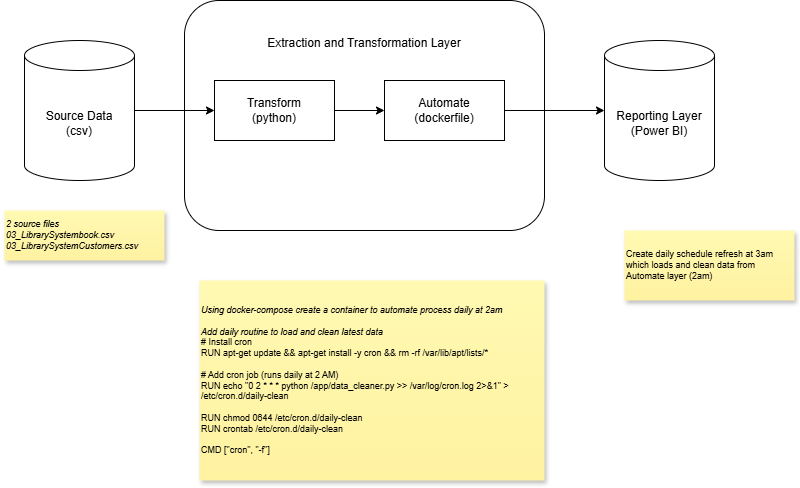
Before: Day 4/Library.drawio.png, a diagram exported from draw.io (paulrot26/Module-5---Product-Development). Source tidied: cells renumbered, new cells last; positions are measured from the earlier drawing's top-left corner, leaving out a move shared by most shapes.
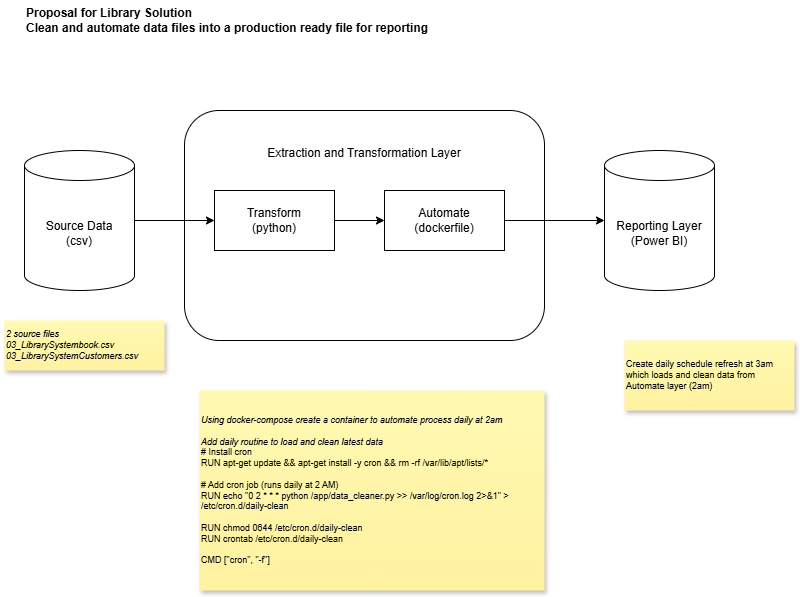
After the change.

What changed in the source:
```diff
@@ -35,5 +35,8 @@
     <mxCell id="12" value="&lt;i&gt;2 source files&lt;br&gt;03_LibrarySystembook.csv&lt;br&gt;03_LibrarySystemCustomers.csv&lt;/i&gt;" style="shape=note;whiteSpace=wrap;html=1;backgroundOutline=1;autosizeText=1;fontColor=#000000;darkOpacity=0.05;fillColor=#FFF9B2;strokeColor=none;fillStyle=solid;fontSize=9;direction=west;gradientDirection=north;gradientColor=#FFF2A1;shadow=1;size=0;align=left;" parent="1" vertex="1">
       <mxGeometry y="210" width="160" height="50" as="geometry" />
     </mxCell>
+    <mxCell id="13" value="&lt;b&gt;Proposal for Library Solution&lt;br&gt;Clean and automate data files into a production ready file for reporting&lt;/b&gt;" style="text;html=1;whiteSpace=wrap;strokeColor=none;fillColor=none;align=left;verticalAlign=middle;rounded=0;" parent="1" vertex="1">
+      <mxGeometry x="20" y="-110" width="430" height="40" as="geometry" />
+    </mxCell>
   </root>
 </mxGraphModel>
```
